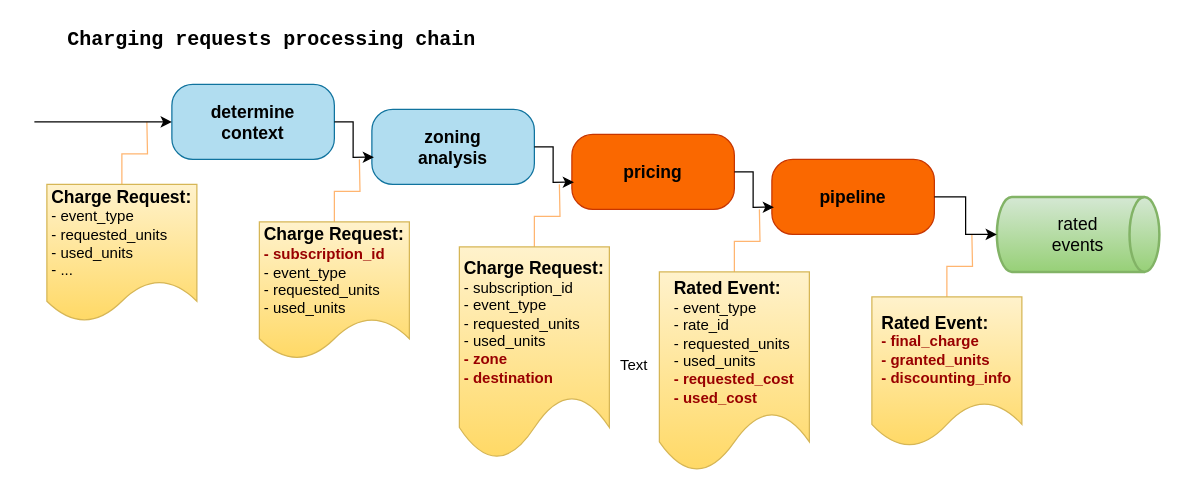
arturd2/diagrams keeps this draw.io diagram as ratemind/ChargingRequestChain.drawio. Above is the earlier version. Source tidied: cells renumbered, new cells numbered last; positions are measured from the earlier drawing's top-left corner, leaving out a move shared by most shapes. Both pictures are drawn from the tidied source at 125%, with x=0, y=0 at pixel (21, 21).
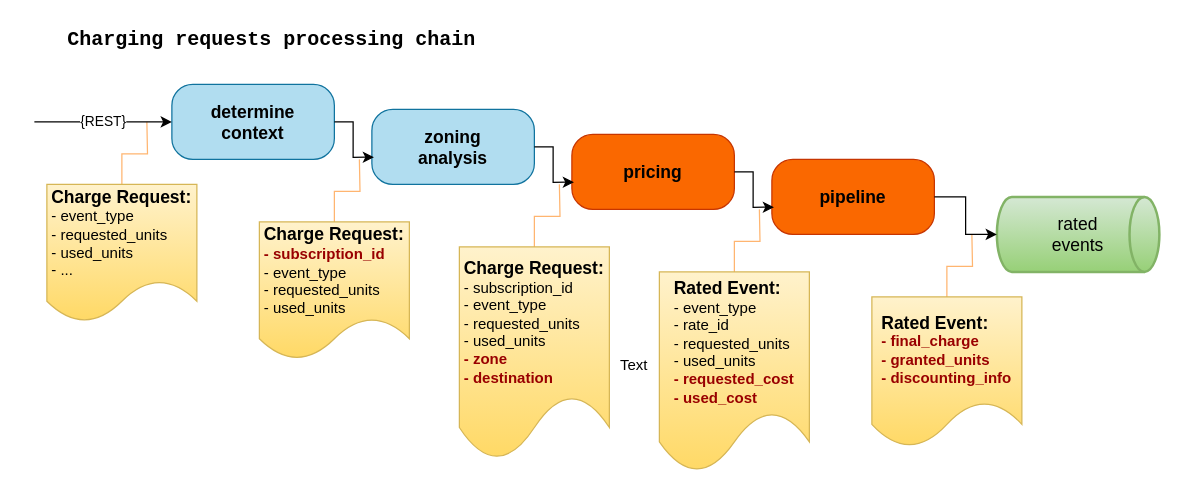
The same diagram, later.

Unchanged cells that the change refers to:
```xml
<mxCell id="3" value="&lt;div&gt;&lt;span&gt;&lt;font&gt;determine&lt;/font&gt;&lt;/span&gt;&lt;/div&gt;&lt;div&gt;&lt;span&gt;&lt;font&gt;context&lt;/font&gt;&lt;/span&gt;&lt;/div&gt;" style="rounded=1;whiteSpace=wrap;html=1;fillColor=#b1ddf0;strokeColor=#10739e;fontSize=14;arcSize=28;fontStyle=1;" parent="1" vertex="1">
  <mxGeometry x="120" y="50" width="130" height="60" as="geometry" />
</mxCell>
```

Change to the diagram source:
```diff
@@
-    <mxCell id="10" style="endArrow=classic;html=1;rounded=0;entryX=0;entryY=0.5;entryDx=0;entryDy=0;" parent="1" edge="1" target="3">
+    <mxCell id="10" value="{REST}" style="endArrow=classic;html=1;rounded=0;entryX=0;entryY=0.5;entryDx=0;entryDy=0;" parent="1" edge="1" target="3">
       <mxGeometry relative="1" as="geometry">
         <mxPoint x="10" y="80" as="sourcePoint" />
       </mxGeometry>
     </mxCell>
```
